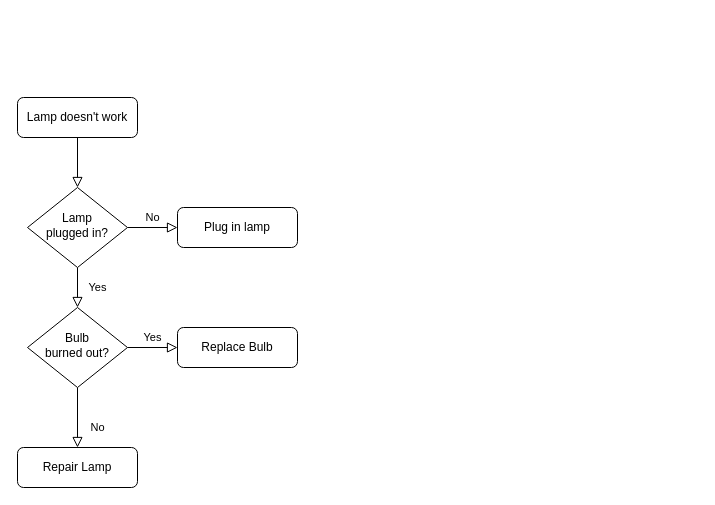
This is Draw.io/未命名绘图.drawio from h2457528767/Tikz, a draw.io file, before an edit. Source tidied: cells renumbered, new cells numbered last; positions are measured from the earlier drawing's top-left corner, leaving out a move shared by most shapes. Both pictures are drawn from the tidied source at 100%, with x=0, y=0 at pixel (17, 97).
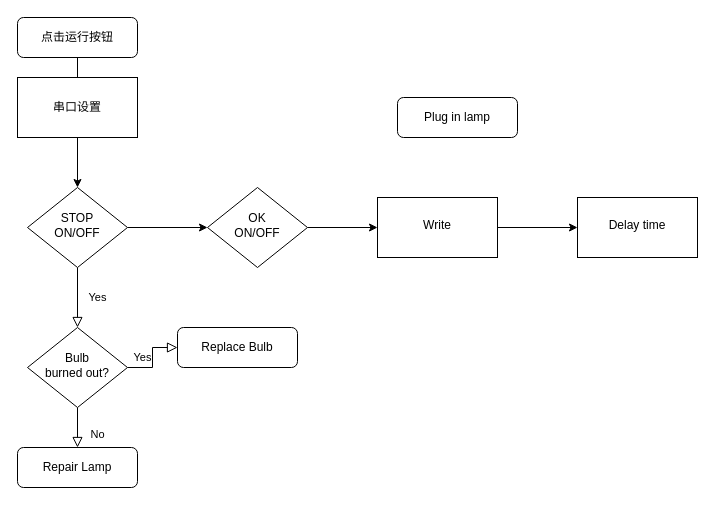
The same page after the edit.

What changed in the source:
```diff
@@
 <mxGraphModel>
   <root>
     <mxCell id="0" />
     <mxCell id="1" parent="0" />
-    <mxCell id="2" style="rounded=0;html=1;jettySize=auto;fontSize=11;endArrow=block;endFill=0;endSize=8;strokeWidth=1;shadow=0;labelBackgroundColor=none;edgeStyle=orthogonalEdgeStyle;" parent="1" edge="1" source="3" target="6">
-      <mxGeometry relative="1" as="geometry" />
-    </mxCell>
+    <mxCell id="13" style="edgeStyle=orthogonalEdgeStyle;rounded=0;jettySize=auto;html=1;startArrow=none;" parent="1" edge="1" source="15" target="6">
+      <mxGeometry relative="1" as="geometry" />
+    </mxCell>
-    <mxCell id="3" value="Lamp doesn't work" style="rounded=1;whiteSpace=wrap;html=1;fontSize=12;glass=0;strokeWidth=1;shadow=0;" parent="1" vertex="1">
-      <mxGeometry width="120" height="40" as="geometry" />
+    <mxCell id="3" value="点击运行按钮" style="rounded=1;whiteSpace=wrap;html=1;fontSize=12;glass=0;strokeWidth=1;shadow=0;" parent="1" vertex="1">
+      <mxGeometry y="-80" width="120" height="40" as="geometry" />
     </mxCell>
     <mxCell id="4" value="Yes" style="rounded=0;html=1;jettySize=auto;fontSize=11;endArrow=block;endFill=0;endSize=8;strokeWidth=1;shadow=0;labelBackgroundColor=none;edgeStyle=orthogonalEdgeStyle;" parent="1" edge="1" source="6" target="10">
       <mxGeometry y="20" relative="1" as="geometry" />
     </mxCell>
-    <mxCell id="5" value="No" style="edgeStyle=orthogonalEdgeStyle;rounded=0;html=1;jettySize=auto;fontSize=11;endArrow=block;endFill=0;endSize=8;strokeWidth=1;shadow=0;labelBackgroundColor=none;" parent="1" edge="1" source="6" target="7">
-      <mxGeometry y="10" relative="1" as="geometry" />
-    </mxCell>
+    <mxCell id="14" style="edgeStyle=orthogonalEdgeStyle;rounded=0;jettySize=auto;html=1;" parent="1" edge="1" source="6" target="18">
+      <mxGeometry relative="1" as="geometry" />
+    </mxCell>
-    <mxCell id="6" value="Lamp&lt;br&gt;plugged in?" style="rhombus;whiteSpace=wrap;html=1;shadow=0;fontFamily=Helvetica;fontSize=12;align=center;strokeWidth=1;spacing=6;spacingTop=-4;" parent="1" vertex="1">
+    <mxCell id="6" value="STOP&lt;br&gt;ON/OFF" style="rhombus;whiteSpace=wrap;html=1;shadow=0;fontFamily=Helvetica;fontSize=12;align=center;strokeWidth=1;spacing=6;spacingTop=-4;" parent="1" vertex="1">
       <mxGeometry x="10" y="90" width="100" height="80" as="geometry" />
     </mxCell>
     <mxCell id="7" value="Plug in lamp" style="rounded=1;whiteSpace=wrap;html=1;fontSize=12;glass=0;strokeWidth=1;shadow=0;" parent="1" vertex="1">
-      <mxGeometry x="160" y="110" width="120" height="40" as="geometry" />
+      <mxGeometry x="380" width="120" height="40" as="geometry" />
     </mxCell>
     <mxCell id="8" value="No" style="rounded=0;html=1;jettySize=auto;fontSize=11;endArrow=block;endFill=0;endSize=8;strokeWidth=1;shadow=0;labelBackgroundColor=none;edgeStyle=orthogonalEdgeStyle;" parent="1" edge="1" source="10" target="11">
       <mxGeometry x="0.33" y="20" relative="1" as="geometry" />
     </mxCell>
     <mxCell id="9" value="Yes" style="edgeStyle=orthogonalEdgeStyle;rounded=0;html=1;jettySize=auto;fontSize=11;endArrow=block;endFill=0;endSize=8;strokeWidth=1;shadow=0;labelBackgroundColor=none;" parent="1" edge="1" source="10" target="12">
       <mxGeometry y="10" relative="1" as="geometry" />
     </mxCell>
     <mxCell id="10" value="Bulb&lt;br&gt;burned out?" style="rhombus;whiteSpace=wrap;html=1;shadow=0;fontFamily=Helvetica;fontSize=12;align=center;strokeWidth=1;spacing=6;spacingTop=-4;" parent="1" vertex="1">
-      <mxGeometry x="10" y="210" width="100" height="80" as="geometry" />
+      <mxGeometry x="10" y="230" width="100" height="80" as="geometry" />
     </mxCell>
     <mxCell id="11" value="Repair Lamp" style="rounded=1;whiteSpace=wrap;html=1;fontSize=12;glass=0;strokeWidth=1;shadow=0;" parent="1" vertex="1">
       <mxGeometry y="350" width="120" height="40" as="geometry" />
     </mxCell>
     <mxCell id="12" value="Replace Bulb" style="rounded=1;whiteSpace=wrap;html=1;fontSize=12;glass=0;strokeWidth=1;shadow=0;" parent="1" vertex="1">
       <mxGeometry x="160" y="230" width="120" height="40" as="geometry" />
     </mxCell>
+    <mxCell id="15" value="串口设置" style="rounded=0;whiteSpace=wrap;html=1;" parent="1" vertex="1">
+      <mxGeometry y="-20" width="120" height="60" as="geometry" />
+    </mxCell>
+    <mxCell id="16" style="edgeStyle=orthogonalEdgeStyle;rounded=0;jettySize=auto;html=1;endArrow=none;" parent="1" edge="1" source="3" target="15">
+      <mxGeometry relative="1" as="geometry" />
+    </mxCell>
+    <mxCell id="17" style="edgeStyle=orthogonalEdgeStyle;rounded=0;jettySize=auto;html=1;" parent="1" edge="1" source="18" target="20">
+      <mxGeometry relative="1" as="geometry" />
+    </mxCell>
+    <mxCell id="18" value="OK&lt;br&gt;ON/OFF" style="rhombus;whiteSpace=wrap;html=1;shadow=0;fontFamily=Helvetica;fontSize=12;align=center;strokeWidth=1;spacing=6;spacingTop=-4;" parent="1" vertex="1">
+      <mxGeometry x="190" y="90" width="100" height="80" as="geometry" />
+    </mxCell>
+    <mxCell id="19" style="edgeStyle=orthogonalEdgeStyle;rounded=0;jettySize=auto;html=1;" parent="1" edge="1" source="20" target="21">
+      <mxGeometry relative="1" as="geometry" />
+    </mxCell>
+    <mxCell id="20" value="Write" style="whiteSpace=wrap;html=1;shadow=0;strokeWidth=1;spacing=6;spacingTop=-4;" parent="1" vertex="1">
+      <mxGeometry x="360" y="100" width="120" height="60" as="geometry" />
+    </mxCell>
+    <mxCell id="21" value="Delay time" style="whiteSpace=wrap;html=1;shadow=0;strokeWidth=1;spacing=6;spacingTop=-4;" parent="1" vertex="1">
+      <mxGeometry x="560" y="100" width="120" height="60" as="geometry" />
+    </mxCell>
   </root>
 </mxGraphModel>
```
